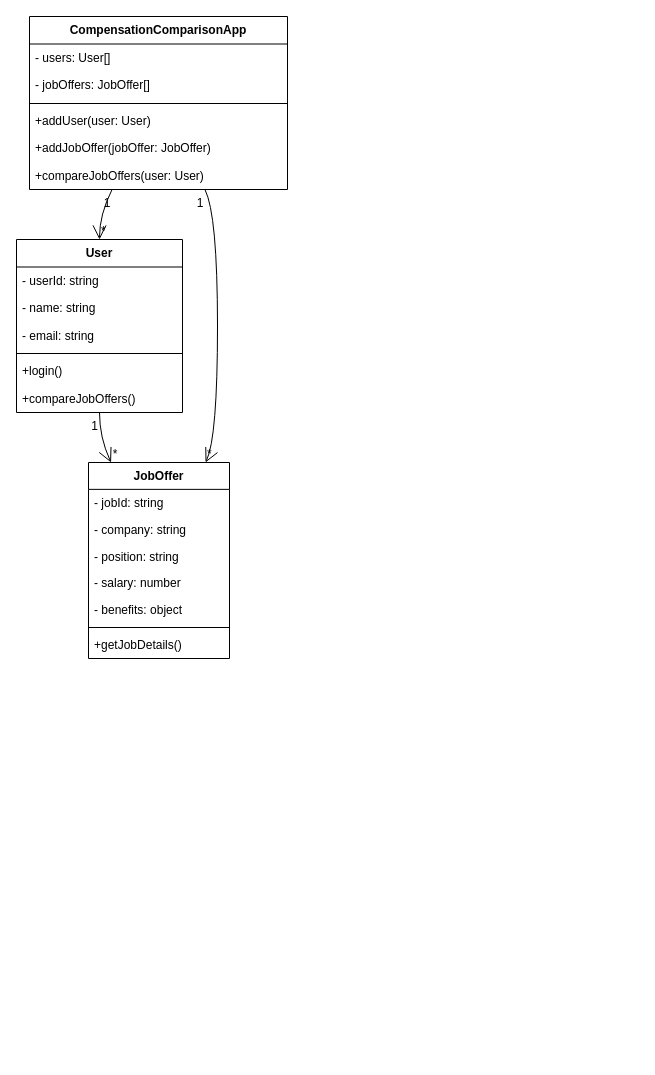
Before: images/Untitled Diagram.drawio in JHUANG674/quick-portfolio, a draw.io diagram. Source tidied: cells renumbered, new cells numbered last; positions are measured from the earlier drawing's top-left corner, leaving out a move shared by most shapes. Both pictures are drawn from the tidied source at 100%, with x=0, y=0 at pixel (16, 16).
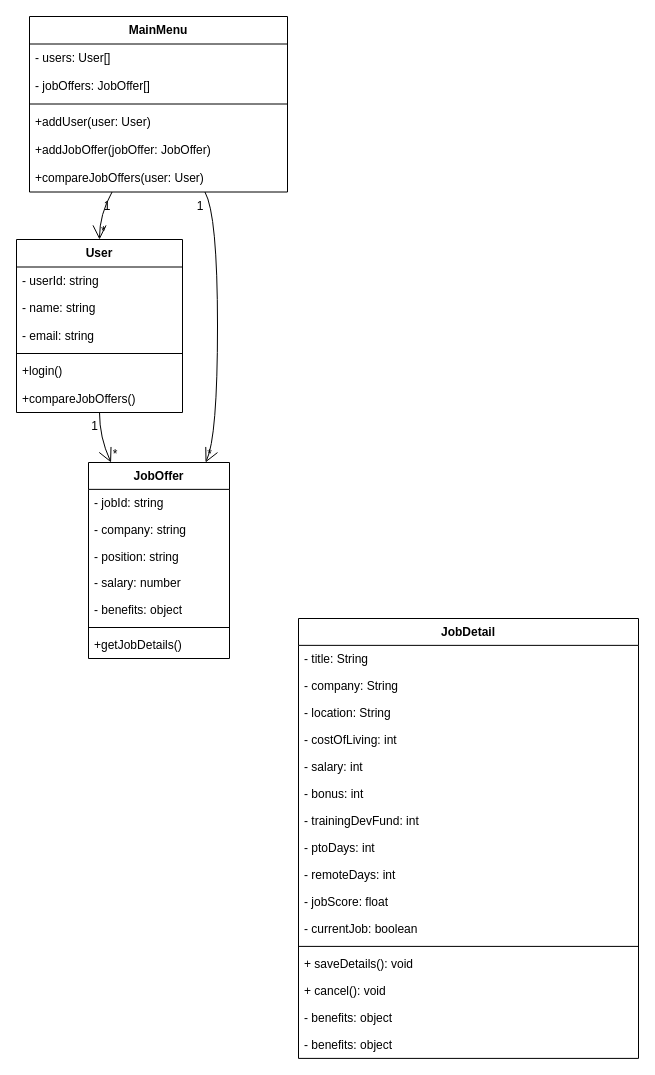
Above is the later version.

Diff of the diagram source:
```diff
@@
-    <mxCell id="17" value="CompensationComparisonApp" style="swimlane;fontStyle=1;align=center;verticalAlign=top;horizontal=1;startSize=27.5;" parent="1" vertex="1">
-      <mxGeometry x="13" width="258" height="173" as="geometry" />
+    <mxCell id="17" value="MainMenu" style="swimlane;fontStyle=1;align=center;verticalAlign=top;horizontal=1;startSize=27.5;" parent="1" vertex="1">
+      <mxGeometry x="13" width="258" height="175.5" as="geometry" />
     </mxCell>
     <mxCell id="18" value="- users: User[]" style="text;strokeColor=none;fillColor=none;align=left;verticalAlign=top;spacingLeft=4;spacingRight=4;overflow=hidden;" parent="17" vertex="1">
-      <mxGeometry y="28" width="258" height="28" as="geometry" />
+      <mxGeometry y="27.5" width="258" height="28" as="geometry" />
     </mxCell>
     <mxCell id="19" value="- jobOffers: JobOffer[]" style="text;strokeColor=none;fillColor=none;align=left;verticalAlign=top;spacingLeft=4;spacingRight=4;overflow=hidden;" parent="17" vertex="1">
-      <mxGeometry y="55" width="258" height="28" as="geometry" />
+      <mxGeometry y="55.5" width="258" height="28" as="geometry" />
     </mxCell>
     <mxCell id="20" style="line;strokeWidth=1;fillColor=none;align=left;verticalAlign=middle;spacingTop=-1;spacingLeft=3;spacingRight=3;labelPosition=right;strokeColor=inherit;" parent="17" vertex="1">
-      <mxGeometry y="83" width="258" height="8" as="geometry" />
+      <mxGeometry y="83.5" width="258" height="8" as="geometry" />
     </mxCell>
     <mxCell id="21" value="+addUser(user: User)" style="text;strokeColor=none;fillColor=none;align=left;verticalAlign=top;spacingLeft=4;spacingRight=4;overflow=hidden;" parent="17" vertex="1">
-      <mxGeometry y="91" width="258" height="28" as="geometry" />
+      <mxGeometry y="91.5" width="258" height="28" as="geometry" />
     </mxCell>
     <mxCell id="22" value="+addJobOffer(jobOffer: JobOffer)" style="text;strokeColor=none;fillColor=none;align=left;verticalAlign=top;spacingLeft=4;spacingRight=4;overflow=hidden;" parent="17" vertex="1">
-      <mxGeometry y="118" width="258" height="28" as="geometry" />
+      <mxGeometry y="119.5" width="258" height="28" as="geometry" />
     </mxCell>
     <mxCell id="23" value="+compareJobOffers(user: User)" style="text;strokeColor=none;fillColor=none;align=left;verticalAlign=top;spacingLeft=4;spacingRight=4;overflow=hidden;" parent="17" vertex="1">
-      <mxGeometry y="146" width="258" height="28" as="geometry" />
+      <mxGeometry y="147.5" width="258" height="28" as="geometry" />
     </mxCell>
@@
+    <mxCell id="33" value="JobDetail" style="swimlane;fontStyle=1;align=center;verticalAlign=top;horizontal=1;startSize=26.857142857142858;" parent="1" vertex="1">
+      <mxGeometry x="282" y="602" width="340" height="439.9" as="geometry" />
+    </mxCell>
+    <mxCell id="34" value="- title: String" style="text;strokeColor=none;fillColor=none;align=left;verticalAlign=top;spacingLeft=4;spacingRight=4;overflow=hidden;spacingBottom=1;" parent="33" vertex="1">
+      <mxGeometry y="26.9" width="340" height="27" as="geometry" />
+    </mxCell>
+    <mxCell id="35" value="- company: String" style="text;strokeColor=none;fillColor=none;align=left;verticalAlign=top;spacingLeft=4;spacingRight=4;overflow=hidden;" parent="33" vertex="1">
+      <mxGeometry y="53.9" width="340" height="27" as="geometry" />
+    </mxCell>
+    <mxCell id="36" value="- location: String" style="text;strokeColor=none;fillColor=none;align=left;verticalAlign=top;spacingLeft=4;spacingRight=4;overflow=hidden;" parent="33" vertex="1">
+      <mxGeometry y="80.9" width="340" height="27" as="geometry" />
+    </mxCell>
+    <mxCell id="37" value="- costOfLiving: int" style="text;strokeColor=none;fillColor=none;align=left;verticalAlign=top;spacingLeft=4;spacingRight=4;overflow=hidden;" parent="33" vertex="1">
+      <mxGeometry y="107.9" width="340" height="27" as="geometry" />
+    </mxCell>
+    <mxCell id="38" value="- salary: int" style="text;strokeColor=none;fillColor=none;align=left;verticalAlign=top;spacingLeft=4;spacingRight=4;overflow=hidden;" parent="33" vertex="1">
+      <mxGeometry y="134.9" width="340" height="27" as="geometry" />
+    </mxCell>
+    <mxCell id="39" value="- bonus: int" style="text;strokeColor=none;fillColor=none;align=left;verticalAlign=top;spacingLeft=4;spacingRight=4;overflow=hidden;" parent="33" vertex="1">
+      <mxGeometry y="161.9" width="340" height="27" as="geometry" />
+    </mxCell>
+    <mxCell id="40" value="- trainingDevFund: int" style="text;strokeColor=none;fillColor=none;align=left;verticalAlign=top;spacingLeft=4;spacingRight=4;overflow=hidden;" parent="33" vertex="1">
+      <mxGeometry y="188.9" width="340" height="27" as="geometry" />
+    </mxCell>
+    <mxCell id="41" value="- ptoDays: int" style="text;strokeColor=none;fillColor=none;align=left;verticalAlign=top;spacingLeft=4;spacingRight=4;overflow=hidden;" parent="33" vertex="1">
+      <mxGeometry y="215.9" width="340" height="27" as="geometry" />
+    </mxCell>
+    <mxCell id="42" value="- remoteDays: int" style="text;strokeColor=none;fillColor=none;align=left;verticalAlign=top;spacingLeft=4;spacingRight=4;overflow=hidden;" parent="33" vertex="1">
+      <mxGeometry y="242.9" width="340" height="27" as="geometry" />
+    </mxCell>
+    <mxCell id="43" value="- jobScore: float" style="text;strokeColor=none;fillColor=none;align=left;verticalAlign=top;spacingLeft=4;spacingRight=4;overflow=hidden;" parent="33" vertex="1">
+      <mxGeometry y="269.9" width="340" height="27" as="geometry" />
+    </mxCell>
+    <mxCell id="44" value="- currentJob: boolean" style="text;strokeColor=none;fillColor=none;align=left;verticalAlign=top;spacingLeft=4;spacingRight=4;overflow=hidden;" parent="33" vertex="1">
+      <mxGeometry y="296.9" width="340" height="27" as="geometry" />
+    </mxCell>
+    <mxCell id="45" style="line;strokeWidth=1;fillColor=none;align=left;verticalAlign=middle;spacingTop=-1;spacingLeft=3;spacingRight=3;labelPosition=right;strokeColor=inherit;" parent="33" vertex="1">
+      <mxGeometry y="323.9" width="340" height="8" as="geometry" />
+    </mxCell>
+    <mxCell id="46" value="+ saveDetails(): void" style="text;strokeColor=none;fillColor=none;align=left;verticalAlign=top;spacingLeft=4;spacingRight=4;overflow=hidden;" parent="33" vertex="1">
+      <mxGeometry y="331.9" width="340" height="27" as="geometry" />
+    </mxCell>
+    <mxCell id="47" value="+ cancel(): void" style="text;strokeColor=none;fillColor=none;align=left;verticalAlign=top;spacingLeft=4;spacingRight=4;overflow=hidden;" parent="33" vertex="1">
+      <mxGeometry y="358.9" width="340" height="27" as="geometry" />
+    </mxCell>
+    <mxCell id="48" value="- benefits: object" style="text;strokeColor=none;fillColor=none;align=left;verticalAlign=top;spacingLeft=4;spacingRight=4;overflow=hidden;" parent="33" vertex="1">
+      <mxGeometry y="385.9" width="340" height="27" as="geometry" />
+    </mxCell>
+    <mxCell id="49" value="- benefits: object" style="text;strokeColor=none;fillColor=none;align=left;verticalAlign=top;spacingLeft=4;spacingRight=4;overflow=hidden;" parent="33" vertex="1">
+      <mxGeometry y="412.9" width="340" height="27" as="geometry" />
+    </mxCell>
```
